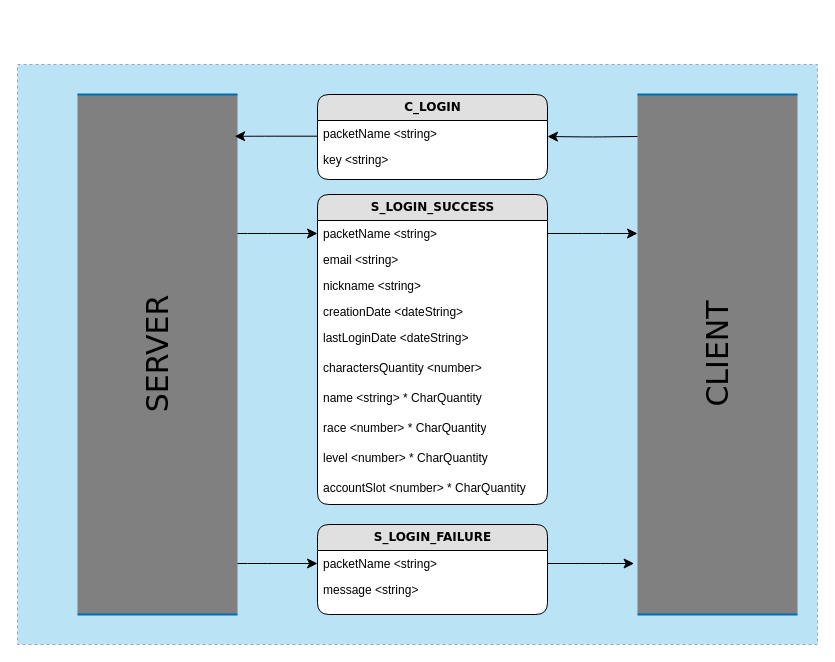
The draw.io diagram page "LOGIN" (3 of 4) of documentation/Packets Diagram.drawio in TresComaCatorce/MMORPG, before the edit. Source tidied: cells renumbered, new cells numbered last; positions are measured from the earlier drawing's top-left corner, leaving out a move shared by most shapes. Both pictures are drawn from the tidied source at 100%, with x=0, y=0 at pixel (17, 64).
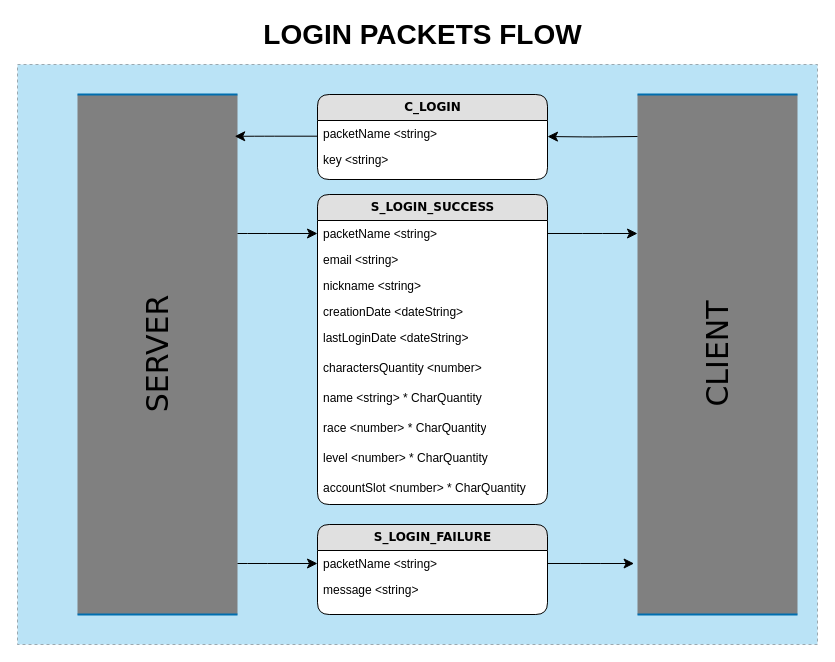
Above is the later version.

What changed in the source:
```diff
@@
+    <mxCell id="28" value="&lt;font style=&quot;font-size: 28px&quot;&gt;&lt;b&gt;LOGIN PACKETS FLOW&lt;/b&gt;&lt;/font&gt;" style="text;html=1;align=center;verticalAlign=middle;" parent="1" vertex="1">
+      <mxGeometry x="240" y="-40" width="330" height="20" as="geometry" />
+    </mxCell>
```
